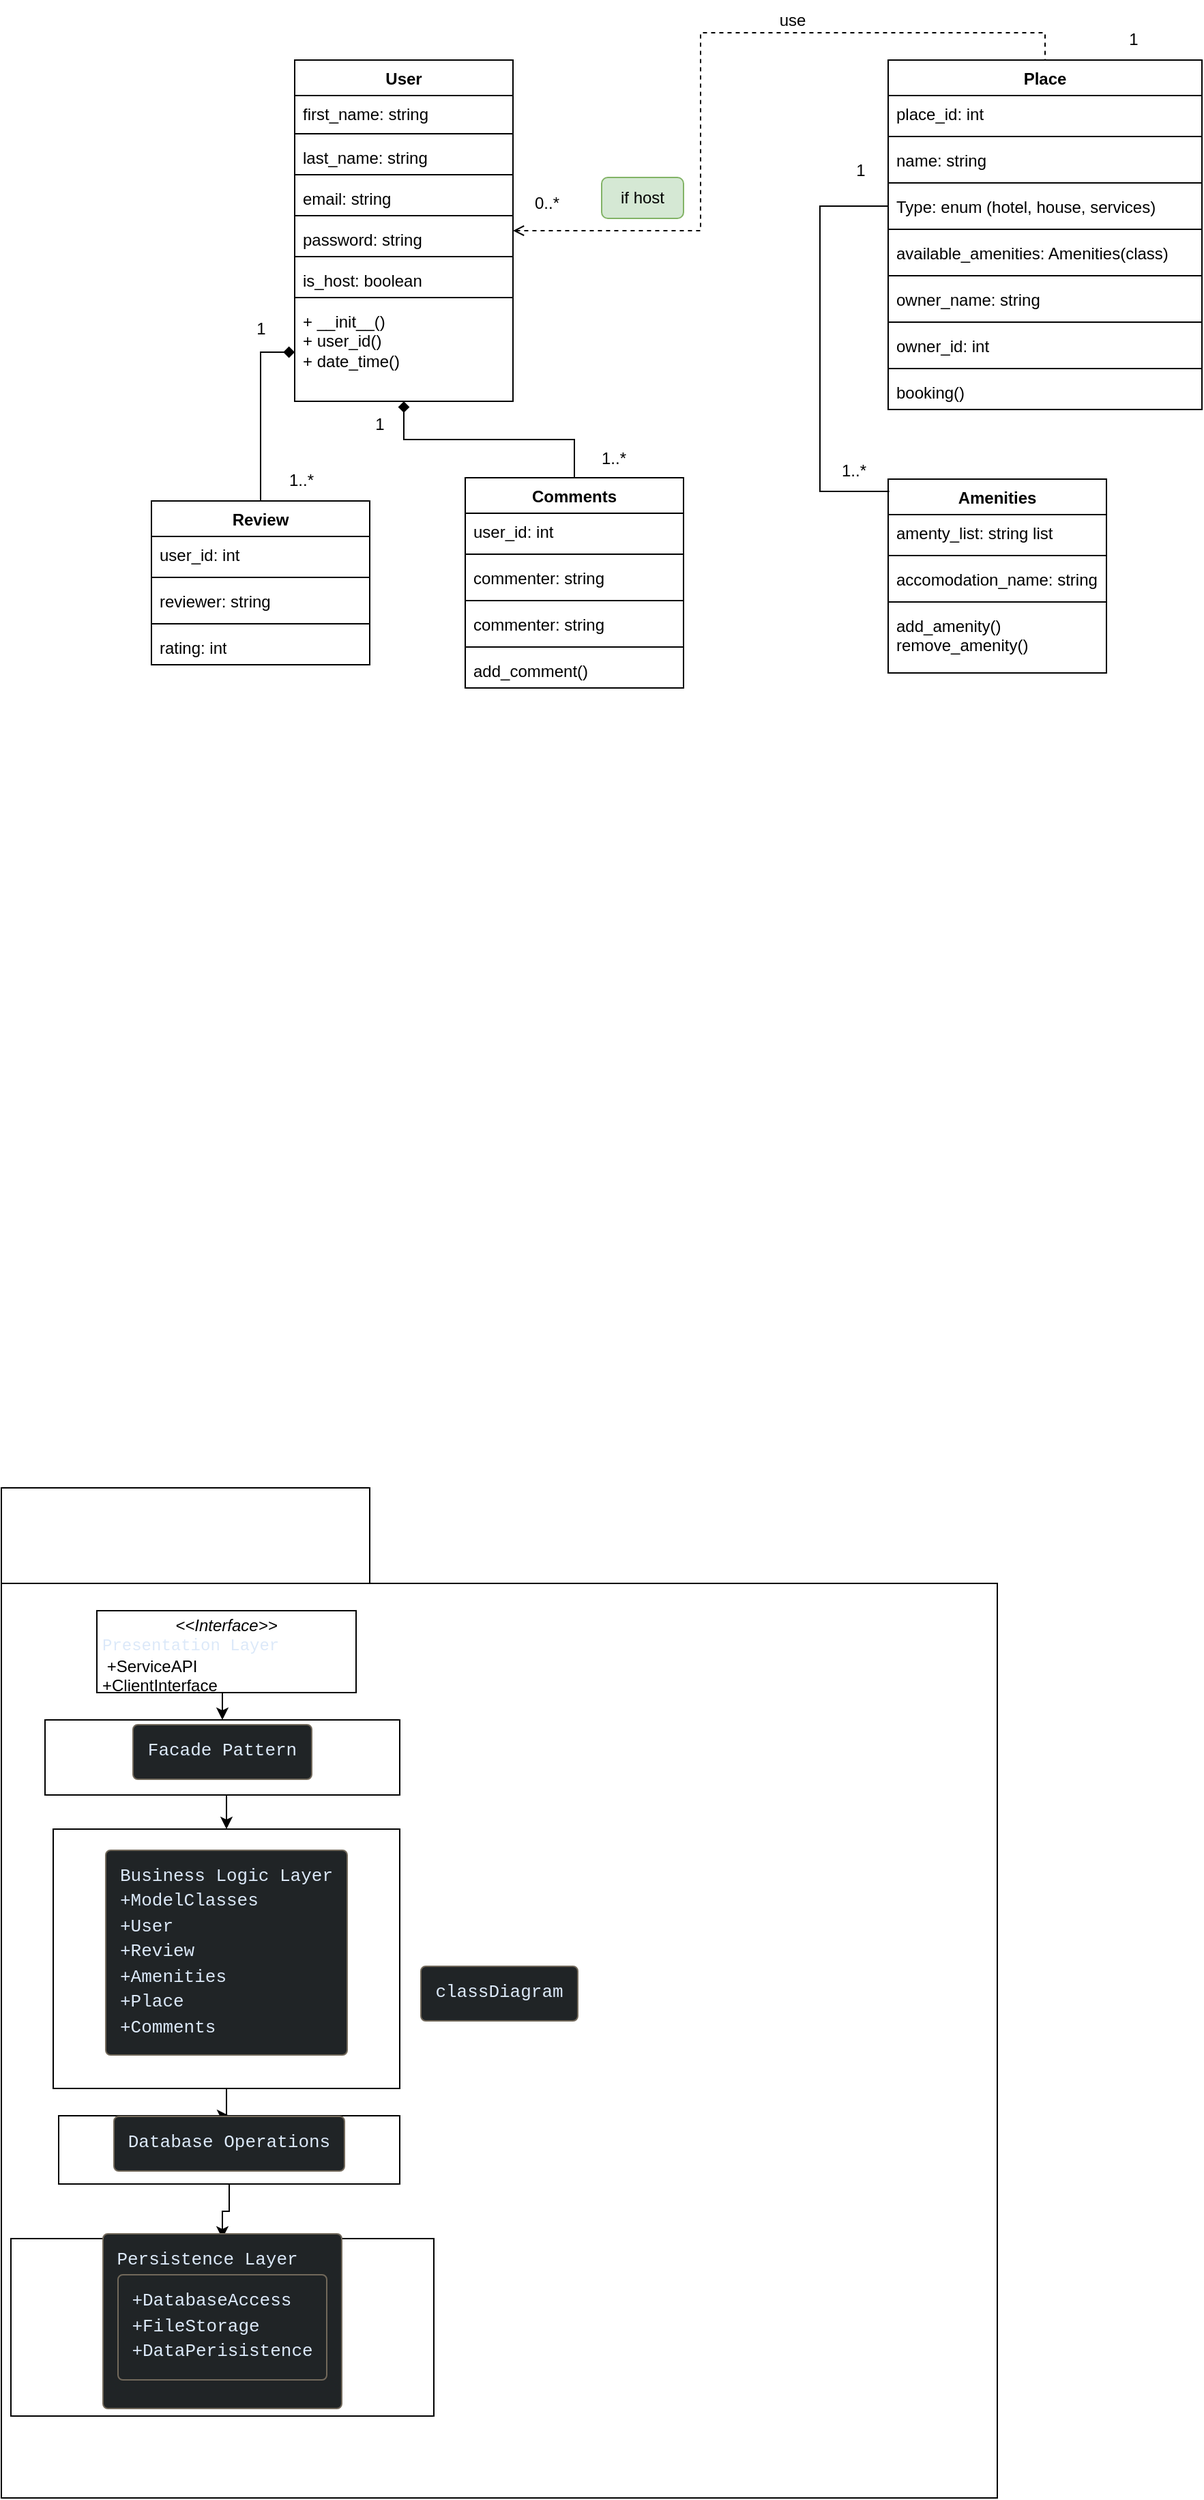
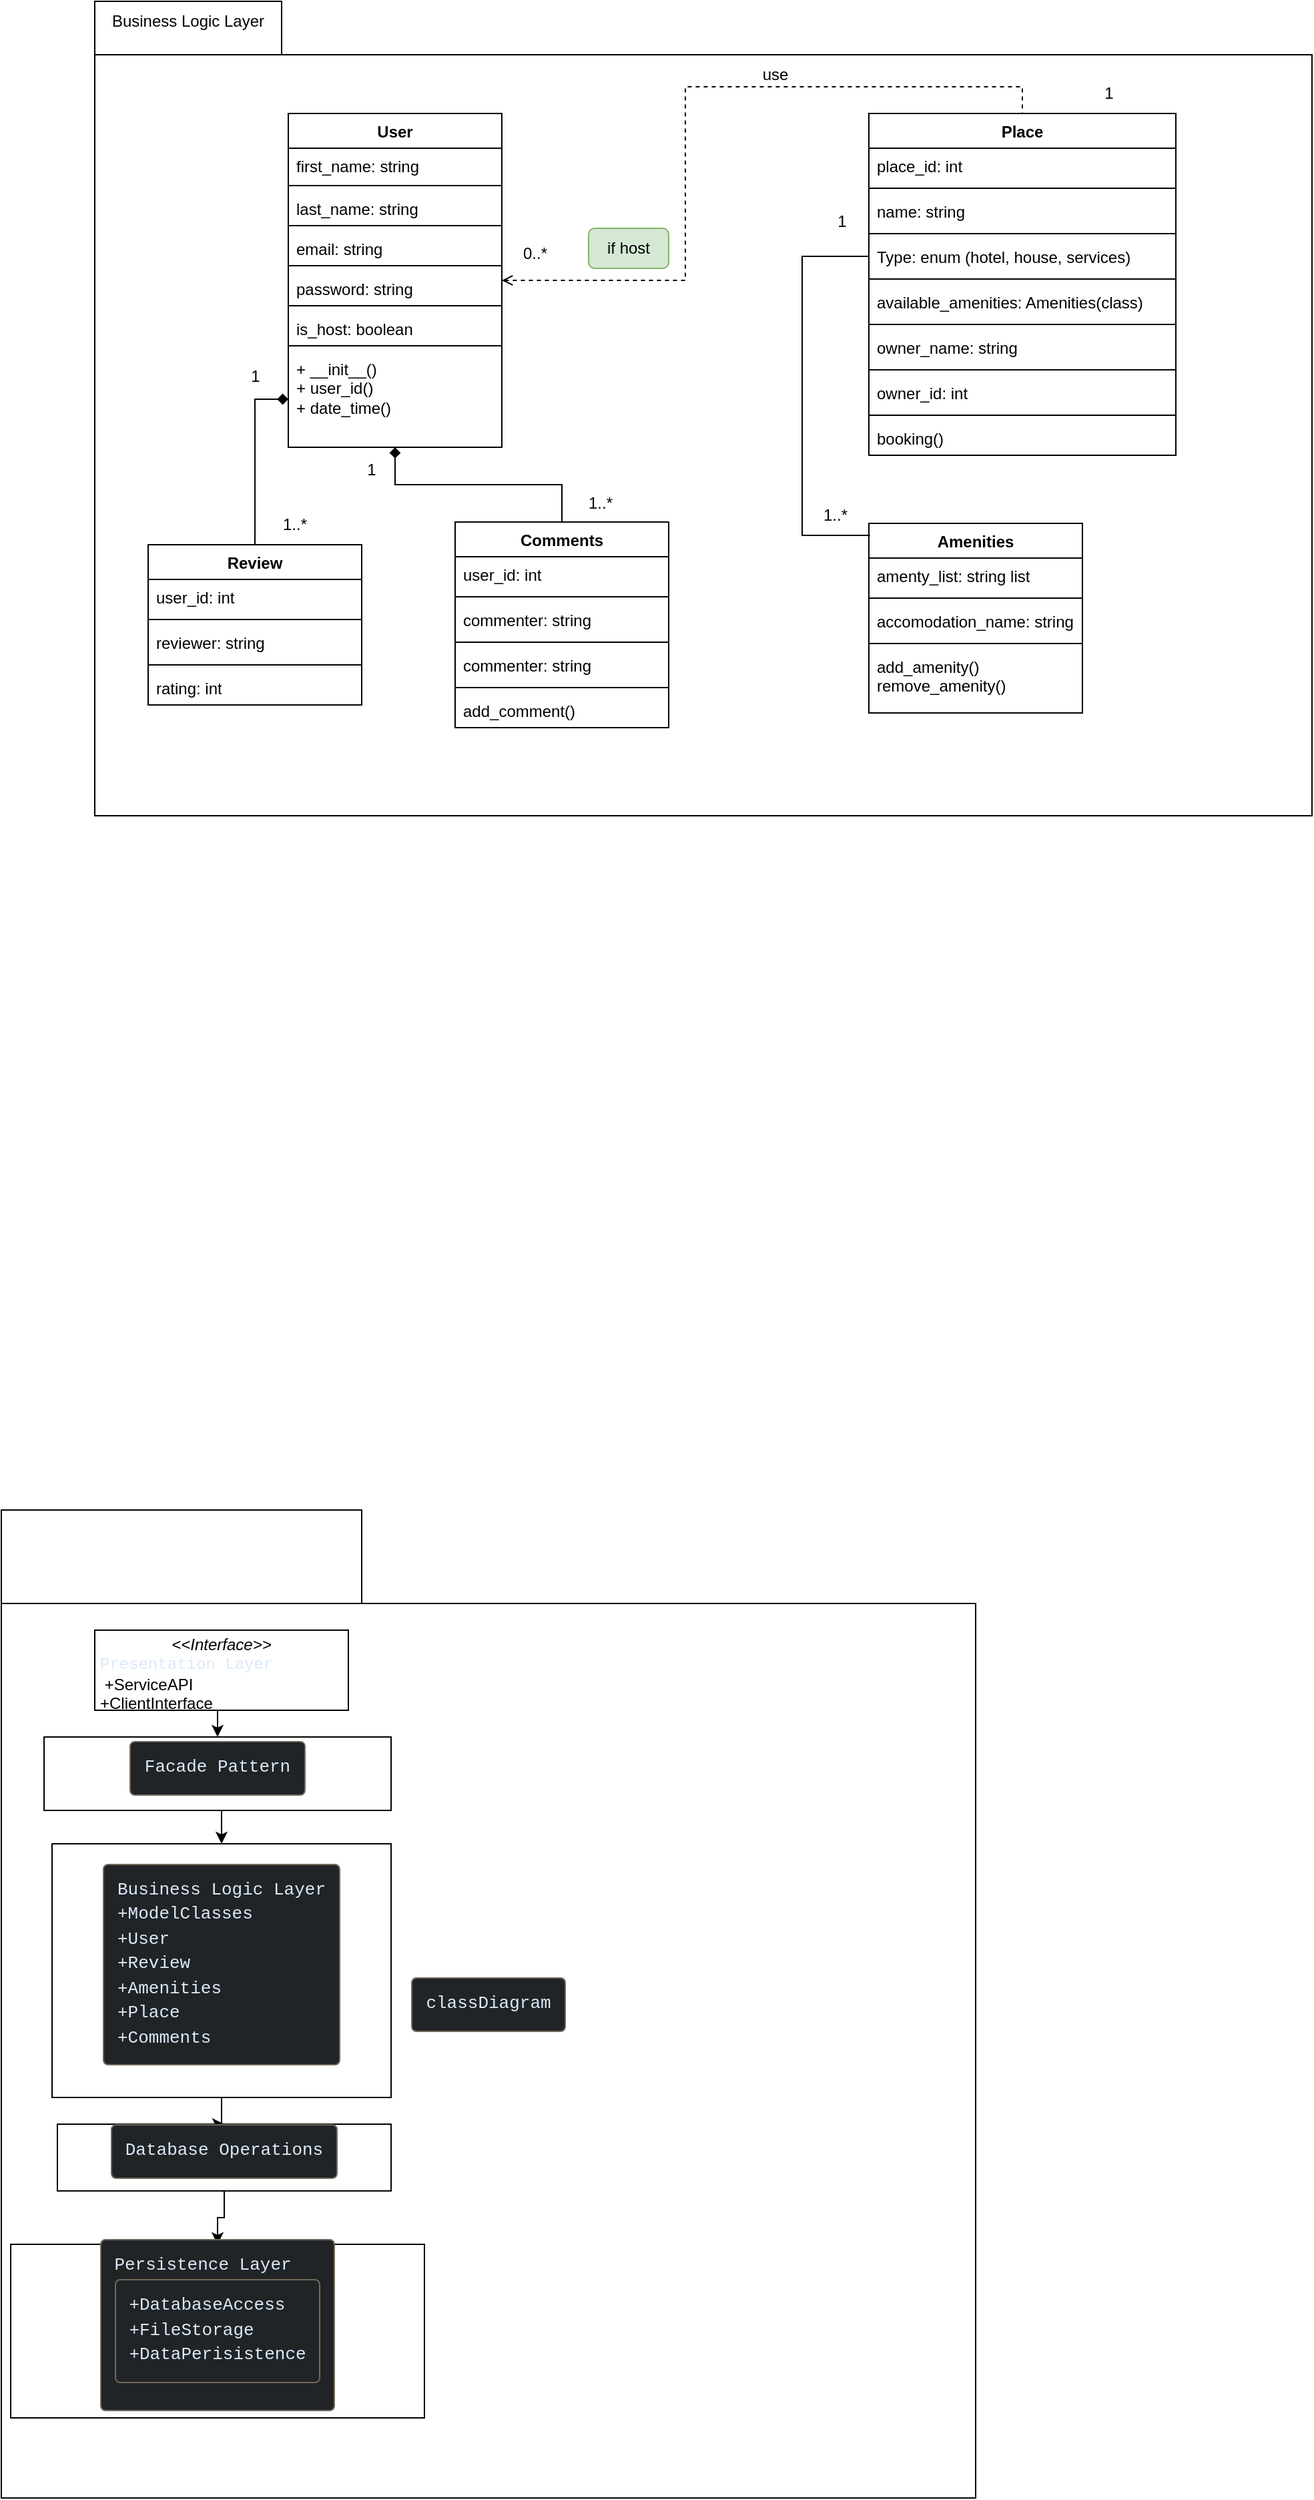
<mxfile host="app.diagrams.net">
  <diagram id="ltbA6WWBp3LRaSq-5ORm" name="Page-1">
-     <mxGraphModel dx="1928" dy="2426" grid="1" gridSize="10" guides="1" tooltips="1" connect="1" arrows="1" fold="1" page="1" pageScale="1" pageWidth="850" pageHeight="1100" math="0" shadow="0">
+     <mxGraphModel dx="2260" dy="2330" grid="1" gridSize="10" guides="1" tooltips="1" connect="1" arrows="1" fold="1" page="1" pageScale="1" pageWidth="850" pageHeight="1100" math="0" shadow="0">
      <root>
        <mxCell id="0" />
        <mxCell id="1" parent="0" />
+         <mxCell id="G2LW6t1l3yR2lz-vioTT-1" parent="1" style="shape=folder;fontStyle=1;spacingTop=10;tabWidth=140;tabHeight=40;tabPosition=left;html=1;whiteSpace=wrap;" value="" vertex="1">
+           <mxGeometry height="610" width="912" x="180" y="-450" as="geometry" />
+         </mxCell>
        <mxCell id="Qc-xl6jv6DDGC1pgQnW8-32" parent="1" style="rounded=1;whiteSpace=wrap;html=1;fillColor=#d5e8d4;strokeColor=#82b366;" value="if host" vertex="1">
          <mxGeometry height="30" width="60" x="550" y="-280" as="geometry" />
        </mxCell>
        <mxCell id="Qc-xl6jv6DDGC1pgQnW8-27" edge="1" parent="1" source="TRXBdDGxTs-NISdQ8IEX-1" style="edgeStyle=orthogonalEdgeStyle;rounded=0;orthogonalLoop=1;jettySize=auto;html=1;endArrow=none;endFill=0;startArrow=diamond;startFill=1;" target="TRXBdDGxTs-NISdQ8IEX-35">
          <mxGeometry relative="1" as="geometry" />
        </mxCell>
        <mxCell id="Qc-xl6jv6DDGC1pgQnW8-29" edge="1" parent="1" source="TRXBdDGxTs-NISdQ8IEX-1" style="edgeStyle=orthogonalEdgeStyle;rounded=0;orthogonalLoop=1;jettySize=auto;html=1;entryX=0.5;entryY=0;entryDx=0;entryDy=0;endArrow=none;endFill=0;dashed=1;startArrow=open;startFill=0;" target="TRXBdDGxTs-NISdQ8IEX-27">
          <mxGeometry relative="1" as="geometry" />
        </mxCell>
        <mxCell id="TRXBdDGxTs-NISdQ8IEX-1" parent="1" style="swimlane;fontStyle=1;align=center;verticalAlign=top;childLayout=stackLayout;horizontal=1;startSize=26;horizontalStack=0;resizeParent=1;resizeParentMax=0;resizeLast=0;collapsible=1;marginBottom=0;whiteSpace=wrap;html=1;" value="User" vertex="1">
          <mxGeometry height="250" width="160" x="325" y="-366" as="geometry" />
        </mxCell>
        <mxCell id="TRXBdDGxTs-NISdQ8IEX-2" parent="TRXBdDGxTs-NISdQ8IEX-1" style="text;strokeColor=none;fillColor=none;align=left;verticalAlign=top;spacingLeft=4;spacingRight=4;overflow=hidden;rotatable=0;points=[[0,0.5],[1,0.5]];portConstraint=eastwest;whiteSpace=wrap;html=1;" value="first_name: string&lt;div&gt;&lt;br&gt;&lt;/div&gt;" vertex="1">
          <mxGeometry height="24" width="160" y="26" as="geometry" />
        </mxCell>
        <mxCell id="TRXBdDGxTs-NISdQ8IEX-3" parent="TRXBdDGxTs-NISdQ8IEX-1" style="line;strokeWidth=1;fillColor=none;align=left;verticalAlign=middle;spacingTop=-1;spacingLeft=3;spacingRight=3;rotatable=0;labelPosition=right;points=[];portConstraint=eastwest;strokeColor=inherit;" value="" vertex="1">
          <mxGeometry height="8" width="160" y="50" as="geometry" />
        </mxCell>
        <mxCell id="TRXBdDGxTs-NISdQ8IEX-4" parent="TRXBdDGxTs-NISdQ8IEX-1" style="text;strokeColor=none;fillColor=none;align=left;verticalAlign=top;spacingLeft=4;spacingRight=4;overflow=hidden;rotatable=0;points=[[0,0.5],[1,0.5]];portConstraint=eastwest;whiteSpace=wrap;html=1;" value="&lt;div&gt;last_name: string&lt;/div&gt;" vertex="1">
          <mxGeometry height="22" width="160" y="58" as="geometry" />
        </mxCell>
        <mxCell id="TRXBdDGxTs-NISdQ8IEX-5" parent="TRXBdDGxTs-NISdQ8IEX-1" style="line;strokeWidth=1;fillColor=none;align=left;verticalAlign=middle;spacingTop=-1;spacingLeft=3;spacingRight=3;rotatable=0;labelPosition=right;points=[];portConstraint=eastwest;strokeColor=inherit;" value="" vertex="1">
          <mxGeometry height="8" width="160" y="80" as="geometry" />
        </mxCell>
        <mxCell id="TRXBdDGxTs-NISdQ8IEX-6" parent="TRXBdDGxTs-NISdQ8IEX-1" style="text;strokeColor=none;fillColor=none;align=left;verticalAlign=top;spacingLeft=4;spacingRight=4;overflow=hidden;rotatable=0;points=[[0,0.5],[1,0.5]];portConstraint=eastwest;whiteSpace=wrap;html=1;" value="&lt;div&gt;email: string&lt;/div&gt;" vertex="1">
          <mxGeometry height="22" width="160" y="88" as="geometry" />
        </mxCell>
        <mxCell id="TRXBdDGxTs-NISdQ8IEX-7" parent="TRXBdDGxTs-NISdQ8IEX-1" style="line;strokeWidth=1;fillColor=none;align=left;verticalAlign=middle;spacingTop=-1;spacingLeft=3;spacingRight=3;rotatable=0;labelPosition=right;points=[];portConstraint=eastwest;strokeColor=inherit;" value="" vertex="1">
          <mxGeometry height="8" width="160" y="110" as="geometry" />
        </mxCell>
        <mxCell id="TRXBdDGxTs-NISdQ8IEX-8" parent="TRXBdDGxTs-NISdQ8IEX-1" style="text;strokeColor=none;fillColor=none;align=left;verticalAlign=top;spacingLeft=4;spacingRight=4;overflow=hidden;rotatable=0;points=[[0,0.5],[1,0.5]];portConstraint=eastwest;whiteSpace=wrap;html=1;" value="&lt;div&gt;password: string&lt;/div&gt;" vertex="1">
          <mxGeometry height="22" width="160" y="118" as="geometry" />
        </mxCell>
        <mxCell id="TRXBdDGxTs-NISdQ8IEX-9" parent="TRXBdDGxTs-NISdQ8IEX-1" style="line;strokeWidth=1;fillColor=none;align=left;verticalAlign=middle;spacingTop=-1;spacingLeft=3;spacingRight=3;rotatable=0;labelPosition=right;points=[];portConstraint=eastwest;strokeColor=inherit;" value="" vertex="1">
          <mxGeometry height="8" width="160" y="140" as="geometry" />
        </mxCell>
        <mxCell id="TRXBdDGxTs-NISdQ8IEX-10" parent="TRXBdDGxTs-NISdQ8IEX-1" style="text;strokeColor=none;fillColor=none;align=left;verticalAlign=top;spacingLeft=4;spacingRight=4;overflow=hidden;rotatable=0;points=[[0,0.5],[1,0.5]];portConstraint=eastwest;whiteSpace=wrap;html=1;" value="&lt;div&gt;is_host: boolean&lt;/div&gt;" vertex="1">
          <mxGeometry height="22" width="160" y="148" as="geometry" />
        </mxCell>
        <mxCell id="TRXBdDGxTs-NISdQ8IEX-11" parent="TRXBdDGxTs-NISdQ8IEX-1" style="line;strokeWidth=1;fillColor=none;align=left;verticalAlign=middle;spacingTop=-1;spacingLeft=3;spacingRight=3;rotatable=0;labelPosition=right;points=[];portConstraint=eastwest;strokeColor=inherit;" value="" vertex="1">
          <mxGeometry height="8" width="160" y="170" as="geometry" />
        </mxCell>
        <mxCell id="TRXBdDGxTs-NISdQ8IEX-12" parent="TRXBdDGxTs-NISdQ8IEX-1" style="text;strokeColor=none;fillColor=none;align=left;verticalAlign=top;spacingLeft=4;spacingRight=4;overflow=hidden;rotatable=0;points=[[0,0.5],[1,0.5]];portConstraint=eastwest;whiteSpace=wrap;html=1;" value="+ __init__()&lt;div&gt;+ user_id()&lt;/div&gt;&lt;div&gt;+ date_time()&lt;/div&gt;" vertex="1">
          <mxGeometry height="72" width="160" y="178" as="geometry" />
        </mxCell>
        <mxCell id="TRXBdDGxTs-NISdQ8IEX-13" parent="1" style="shape=folder;fontStyle=1;spacingTop=10;tabWidth=270;tabHeight=70;tabPosition=left;html=1;whiteSpace=wrap;" value="&lt;pre style=&quot;box-sizing: border-box; overflow: auto; font-family: Menlo, Monaco, Consolas, &amp;quot;Courier New&amp;quot;, monospace; font-size: 13px; margin: 0px 0px 10px; line-height: 1.42857; color: rgb(220, 233, 249); word-break: break-all; overflow-wrap: break-word; border-width: 1px; border-style: solid; border-image: initial; scrollbar-color: rgb(95, 99, 104) rgb(49, 54, 60); font-weight: 400; text-align: start; padding: 10px !important; background-color: rgb(32, 36, 38) !important; border-color: rgb(114, 105, 91) !important; border-radius: 4px !important;&quot;&gt;&lt;code class=&quot;mermaid language-mermaid&quot; style=&quot;box-sizing: border-box; font-family: Menlo, Monaco, Consolas, &amp;quot;Courier New&amp;quot;, monospace; font-size: inherit; padding: 0px; border-radius: 0px; white-space: pre-wrap; scrollbar-color: rgb(95, 99, 104) rgb(49, 54, 60); background-color: transparent !important;&quot;&gt;classDiagram&lt;/code&gt;&lt;/pre&gt;" vertex="1">
          <mxGeometry height="740" width="730" x="110" y="680" as="geometry" />
        </mxCell>
        <mxCell id="TRXBdDGxTs-NISdQ8IEX-14" edge="1" parent="1" source="TRXBdDGxTs-NISdQ8IEX-20" style="edgeStyle=orthogonalEdgeStyle;rounded=0;orthogonalLoop=1;jettySize=auto;html=1;exitX=0.5;exitY=1;exitDx=0;exitDy=0;entryX=0.5;entryY=0;entryDx=0;entryDy=0;" target="TRXBdDGxTs-NISdQ8IEX-17">
          <mxGeometry relative="1" as="geometry" />
        </mxCell>
        <mxCell id="TRXBdDGxTs-NISdQ8IEX-15" parent="1" style="verticalAlign=top;align=left;overflow=fill;html=1;whiteSpace=wrap;" value="&lt;p style=&quot;margin:0px;margin-top:4px;text-align:center;&quot;&gt;&lt;i&gt;&amp;lt;&amp;lt;Interface&amp;gt;&amp;gt;&lt;/i&gt;&lt;br&gt;&lt;/p&gt;&lt;p style=&quot;margin:0px;margin-left:4px;&quot;&gt;&lt;span style=&quot;background-color: transparent; font-family: Menlo, Monaco, Consolas, &amp;quot;Courier New&amp;quot;, monospace; font-size: inherit; white-space: pre-wrap; color: rgb(220, 233, 249); --dm-inline-bgcolor: transparent;&quot; data-dm-inline-bgcolor=&quot;&quot;&gt;Presentation Layer&lt;/span&gt;&lt;/p&gt;&lt;p style=&quot;margin:0px;margin-left:4px;&quot;&gt;&amp;nbsp;+ServiceAPI&lt;br&gt;+ClientInterface&lt;/p&gt;" vertex="1">
          <mxGeometry height="60" width="190" x="180" y="770" as="geometry" />
        </mxCell>
        <mxCell id="TRXBdDGxTs-NISdQ8IEX-16" edge="1" parent="1" source="TRXBdDGxTs-NISdQ8IEX-22" style="edgeStyle=orthogonalEdgeStyle;rounded=0;orthogonalLoop=1;jettySize=auto;html=1;exitX=0.5;exitY=1;exitDx=0;exitDy=0;" target="TRXBdDGxTs-NISdQ8IEX-18">
          <mxGeometry relative="1" as="geometry" />
        </mxCell>
        <mxCell id="TRXBdDGxTs-NISdQ8IEX-17" parent="1" style="html=1;whiteSpace=wrap;" value="&lt;pre style=&quot;box-sizing: border-box; overflow: auto; font-family: Menlo, Monaco, Consolas, &amp;quot;Courier New&amp;quot;, monospace; font-size: 13px; margin: 0px 0px 10px; line-height: 1.42857; color: rgb(220, 233, 249); word-break: break-all; overflow-wrap: break-word; border: 1px solid rgb(114, 105, 91); scrollbar-color: rgb(95, 99, 104) rgb(49, 54, 60); text-align: start; background-color: rgb(32, 36, 38); padding: 10px !important; border-radius: 4px !important;&quot;&gt;&lt;code class=&quot;mermaid language-mermaid&quot; style=&quot;box-sizing: border-box; font-family: Menlo, Monaco, Consolas, &amp;quot;Courier New&amp;quot;, monospace; font-size: inherit; padding: 0px; border-radius: 0px; white-space: pre-wrap; scrollbar-color: rgb(95, 99, 104) rgb(49, 54, 60); background-color: transparent !important; --dm-inline-bgcolor: transparent;&quot; data-dm-inline-bgcolor=&quot;&quot;&gt;Business Logic Layer&lt;br&gt;+&lt;/code&gt;ModelClasses&lt;br&gt;+User&lt;br&gt;+Review&lt;br&gt;+Amenities&lt;br&gt;+Place&lt;br&gt;+Comments&lt;/pre&gt;" vertex="1">
          <mxGeometry height="190" width="254" x="148" y="930" as="geometry" />
        </mxCell>
        <mxCell id="TRXBdDGxTs-NISdQ8IEX-18" parent="1" style="html=1;whiteSpace=wrap;" value="&lt;pre style=&quot;box-sizing: border-box; overflow: auto; font-family: Menlo, Monaco, Consolas, &amp;quot;Courier New&amp;quot;, monospace; font-size: 13px; margin: 0px 0px 10px; line-height: 1.42857; color: rgb(220, 233, 249); word-break: break-all; overflow-wrap: break-word; border: 1px solid rgb(114, 105, 91); scrollbar-color: rgb(95, 99, 104) rgb(49, 54, 60); text-align: start; background-color: rgb(32, 36, 38); padding: 10px !important; border-radius: 4px !important;&quot;&gt;&lt;code class=&quot;mermaid language-mermaid&quot; style=&quot;box-sizing: border-box; font-family: Menlo, Monaco, Consolas, &amp;quot;Courier New&amp;quot;, monospace; font-size: inherit; padding: 0px; border-radius: 0px; white-space: pre-wrap; scrollbar-color: rgb(95, 99, 104) rgb(49, 54, 60); background-color: transparent !important; --dm-inline-bgcolor: transparent;&quot; data-dm-inline-bgcolor=&quot;&quot;&gt;Persistence Layer&lt;br&gt;&lt;pre style=&quot;box-sizing: border-box; overflow: auto; font-family: Menlo, Monaco, Consolas, &amp;quot;Courier New&amp;quot;, monospace; margin: 0px 0px 10px; line-height: 1.42857; color: rgb(220, 233, 249); word-break: break-all; overflow-wrap: break-word; border: 1px solid rgb(114, 105, 91); scrollbar-color: rgb(95, 99, 104) rgb(49, 54, 60); background-color: rgb(32, 36, 38); padding: 10px !important; border-radius: 4px !important;&quot;&gt;&lt;code class=&quot;mermaid language-mermaid&quot; style=&quot;box-sizing: border-box; font-family: Menlo, Monaco, Consolas, &amp;quot;Courier New&amp;quot;, monospace; font-size: inherit; padding: 0px; border-radius: 0px; white-space: pre-wrap; scrollbar-color: rgb(95, 99, 104) rgb(49, 54, 60); background-color: transparent !important; --dm-inline-bgcolor: transparent;&quot; data-dm-inline-bgcolor=&quot;&quot;&gt;+DatabaseAccess&lt;br&gt;+FileStorage&lt;br&gt;+DataPerisistence&lt;/code&gt;&lt;/pre&gt;&lt;/code&gt;&lt;/pre&gt;" vertex="1">
          <mxGeometry height="130" width="310" x="117" y="1230" as="geometry" />
        </mxCell>
        <mxCell id="TRXBdDGxTs-NISdQ8IEX-19" edge="1" parent="1" source="TRXBdDGxTs-NISdQ8IEX-15" style="edgeStyle=orthogonalEdgeStyle;rounded=0;orthogonalLoop=1;jettySize=auto;html=1;exitX=0.5;exitY=1;exitDx=0;exitDy=0;entryX=0.5;entryY=0;entryDx=0;entryDy=0;" target="TRXBdDGxTs-NISdQ8IEX-20" value="">
          <mxGeometry relative="1" as="geometry">
            <mxPoint x="275" y="830" as="sourcePoint" />
            <mxPoint x="275" y="930" as="targetPoint" />
          </mxGeometry>
        </mxCell>
        <mxCell id="TRXBdDGxTs-NISdQ8IEX-20" parent="1" style="html=1;whiteSpace=wrap;" value="&lt;pre style=&quot;box-sizing: border-box; overflow: auto; font-family: Menlo, Monaco, Consolas, &amp;quot;Courier New&amp;quot;, monospace; font-size: 13px; margin: 0px 0px 10px; line-height: 1.42857; color: rgb(220, 233, 249); word-break: break-all; overflow-wrap: break-word; border-width: 1px; border-style: solid; border-image: initial; scrollbar-color: rgb(95, 99, 104) rgb(49, 54, 60); text-align: start; padding: 10px !important; background-color: rgb(32, 36, 38) !important; border-color: rgb(114, 105, 91) !important; border-radius: 4px !important;&quot;&gt;&lt;code class=&quot;mermaid language-mermaid&quot; style=&quot;box-sizing: border-box; font-family: Menlo, Monaco, Consolas, &amp;quot;Courier New&amp;quot;, monospace; font-size: inherit; padding: 0px; border-radius: 0px; white-space: pre-wrap; scrollbar-color: rgb(95, 99, 104) rgb(49, 54, 60); background-color: transparent !important;&quot;&gt;Facade Pattern&lt;/code&gt;&lt;/pre&gt;" vertex="1">
          <mxGeometry height="55" width="260" x="142" y="850" as="geometry" />
        </mxCell>
        <mxCell id="TRXBdDGxTs-NISdQ8IEX-21" edge="1" parent="1" source="TRXBdDGxTs-NISdQ8IEX-17" style="edgeStyle=orthogonalEdgeStyle;rounded=0;orthogonalLoop=1;jettySize=auto;html=1;exitX=0.5;exitY=1;exitDx=0;exitDy=0;" target="TRXBdDGxTs-NISdQ8IEX-22" value="">
          <mxGeometry relative="1" as="geometry">
            <mxPoint x="275" y="1120" as="sourcePoint" />
            <mxPoint x="275" y="1190" as="targetPoint" />
          </mxGeometry>
        </mxCell>
        <mxCell id="TRXBdDGxTs-NISdQ8IEX-22" parent="1" style="html=1;whiteSpace=wrap;" value="&lt;pre style=&quot;box-sizing: border-box; overflow: auto; font-family: Menlo, Monaco, Consolas, &amp;quot;Courier New&amp;quot;, monospace; font-size: 13px; margin: 0px 0px 10px; line-height: 1.42857; color: rgb(220, 233, 249); word-break: break-all; overflow-wrap: break-word; border-width: 1px; border-style: solid; border-image: initial; scrollbar-color: rgb(95, 99, 104) rgb(49, 54, 60); text-align: start; padding: 10px !important; background-color: rgb(32, 36, 38) !important; border-color: rgb(114, 105, 91) !important; border-radius: 4px !important;&quot;&gt;&lt;code class=&quot;mermaid language-mermaid&quot; style=&quot;box-sizing: border-box; font-family: Menlo, Monaco, Consolas, &amp;quot;Courier New&amp;quot;, monospace; font-size: inherit; padding: 0px; border-radius: 0px; white-space: pre-wrap; scrollbar-color: rgb(95, 99, 104) rgb(49, 54, 60); background-color: transparent !important;&quot;&gt;Database Operations&lt;/code&gt;&lt;/pre&gt;" vertex="1">
          <mxGeometry height="50" width="250" x="152" y="1140" as="geometry" />
        </mxCell>
        <mxCell id="TRXBdDGxTs-NISdQ8IEX-23" parent="1" style="swimlane;fontStyle=1;align=center;verticalAlign=top;childLayout=stackLayout;horizontal=1;startSize=26;horizontalStack=0;resizeParent=1;resizeParentMax=0;resizeLast=0;collapsible=1;marginBottom=0;whiteSpace=wrap;html=1;" value="Amenities" vertex="1">
          <mxGeometry height="142" width="160" x="760" y="-59" as="geometry" />
        </mxCell>
        <mxCell id="TRXBdDGxTs-NISdQ8IEX-24" parent="TRXBdDGxTs-NISdQ8IEX-23" style="text;strokeColor=none;fillColor=none;align=left;verticalAlign=top;spacingLeft=4;spacingRight=4;overflow=hidden;rotatable=0;points=[[0,0.5],[1,0.5]];portConstraint=eastwest;whiteSpace=wrap;html=1;" value="amenty_list: string list" vertex="1">
          <mxGeometry height="26" width="160" y="26" as="geometry" />
        </mxCell>
        <mxCell id="TRXBdDGxTs-NISdQ8IEX-25" parent="TRXBdDGxTs-NISdQ8IEX-23" style="line;strokeWidth=1;fillColor=none;align=left;verticalAlign=middle;spacingTop=-1;spacingLeft=3;spacingRight=3;rotatable=0;labelPosition=right;points=[];portConstraint=eastwest;strokeColor=inherit;" value="" vertex="1">
          <mxGeometry height="8" width="160" y="52" as="geometry" />
        </mxCell>
        <mxCell id="Qc-xl6jv6DDGC1pgQnW8-6" parent="TRXBdDGxTs-NISdQ8IEX-23" style="text;strokeColor=none;fillColor=none;align=left;verticalAlign=top;spacingLeft=4;spacingRight=4;overflow=hidden;rotatable=0;points=[[0,0.5],[1,0.5]];portConstraint=eastwest;whiteSpace=wrap;html=1;" value="accomodation_name: string" vertex="1">
          <mxGeometry height="26" width="160" y="60" as="geometry" />
        </mxCell>
        <mxCell id="Qc-xl6jv6DDGC1pgQnW8-13" parent="TRXBdDGxTs-NISdQ8IEX-23" style="line;strokeWidth=1;fillColor=none;align=left;verticalAlign=middle;spacingTop=-1;spacingLeft=3;spacingRight=3;rotatable=0;labelPosition=right;points=[];portConstraint=eastwest;strokeColor=inherit;" value="" vertex="1">
          <mxGeometry height="8" width="160" y="86" as="geometry" />
        </mxCell>
        <mxCell id="TRXBdDGxTs-NISdQ8IEX-26" parent="TRXBdDGxTs-NISdQ8IEX-23" style="text;strokeColor=none;fillColor=none;align=left;verticalAlign=top;spacingLeft=4;spacingRight=4;overflow=hidden;rotatable=0;points=[[0,0.5],[1,0.5]];portConstraint=eastwest;whiteSpace=wrap;html=1;" value="add_amenity()&lt;div&gt;remove_amenity()&lt;/div&gt;" vertex="1">
          <mxGeometry height="48" width="160" y="94" as="geometry" />
        </mxCell>
        <mxCell id="TRXBdDGxTs-NISdQ8IEX-27" parent="1" style="swimlane;fontStyle=1;align=center;verticalAlign=top;childLayout=stackLayout;horizontal=1;startSize=26;horizontalStack=0;resizeParent=1;resizeParentMax=0;resizeLast=0;collapsible=1;marginBottom=0;whiteSpace=wrap;html=1;" value="Place" vertex="1">
          <mxGeometry height="256" width="230" x="760" y="-366" as="geometry" />
        </mxCell>
        <mxCell id="Qc-xl6jv6DDGC1pgQnW8-40" parent="TRXBdDGxTs-NISdQ8IEX-27" style="text;strokeColor=none;fillColor=none;align=left;verticalAlign=top;spacingLeft=4;spacingRight=4;overflow=hidden;rotatable=0;points=[[0,0.5],[1,0.5]];portConstraint=eastwest;whiteSpace=wrap;html=1;" value="place_id: int" vertex="1">
          <mxGeometry height="26" width="230" y="26" as="geometry" />
        </mxCell>
        <mxCell id="Qc-xl6jv6DDGC1pgQnW8-41" parent="TRXBdDGxTs-NISdQ8IEX-27" style="line;strokeWidth=1;fillColor=none;align=left;verticalAlign=middle;spacingTop=-1;spacingLeft=3;spacingRight=3;rotatable=0;labelPosition=right;points=[];portConstraint=eastwest;strokeColor=inherit;" value="" vertex="1">
          <mxGeometry height="8" width="230" y="52" as="geometry" />
        </mxCell>
        <mxCell id="TRXBdDGxTs-NISdQ8IEX-28" parent="TRXBdDGxTs-NISdQ8IEX-27" style="text;strokeColor=none;fillColor=none;align=left;verticalAlign=top;spacingLeft=4;spacingRight=4;overflow=hidden;rotatable=0;points=[[0,0.5],[1,0.5]];portConstraint=eastwest;whiteSpace=wrap;html=1;" value="name: string" vertex="1">
          <mxGeometry height="26" width="230" y="60" as="geometry" />
        </mxCell>
        <mxCell id="TRXBdDGxTs-NISdQ8IEX-29" parent="TRXBdDGxTs-NISdQ8IEX-27" style="line;strokeWidth=1;fillColor=none;align=left;verticalAlign=middle;spacingTop=-1;spacingLeft=3;spacingRight=3;rotatable=0;labelPosition=right;points=[];portConstraint=eastwest;strokeColor=inherit;" value="" vertex="1">
          <mxGeometry height="8" width="230" y="86" as="geometry" />
        </mxCell>
        <mxCell id="TRXBdDGxTs-NISdQ8IEX-30" parent="TRXBdDGxTs-NISdQ8IEX-27" style="text;strokeColor=none;fillColor=none;align=left;verticalAlign=top;spacingLeft=4;spacingRight=4;overflow=hidden;rotatable=0;points=[[0,0.5],[1,0.5]];portConstraint=eastwest;whiteSpace=wrap;html=1;" value="Type: enum (hotel, house, services)" vertex="1">
          <mxGeometry height="26" width="230" y="94" as="geometry" />
        </mxCell>
        <mxCell id="Qc-xl6jv6DDGC1pgQnW8-15" parent="TRXBdDGxTs-NISdQ8IEX-27" style="line;strokeWidth=1;fillColor=none;align=left;verticalAlign=middle;spacingTop=-1;spacingLeft=3;spacingRight=3;rotatable=0;labelPosition=right;points=[];portConstraint=eastwest;strokeColor=inherit;" value="" vertex="1">
          <mxGeometry height="8" width="230" y="120" as="geometry" />
        </mxCell>
        <mxCell id="Qc-xl6jv6DDGC1pgQnW8-26" parent="TRXBdDGxTs-NISdQ8IEX-27" style="text;strokeColor=none;fillColor=none;align=left;verticalAlign=top;spacingLeft=4;spacingRight=4;overflow=hidden;rotatable=0;points=[[0,0.5],[1,0.5]];portConstraint=eastwest;whiteSpace=wrap;html=1;" value="available_amenities: Amenities(class)" vertex="1">
          <mxGeometry height="26" width="230" y="128" as="geometry" />
        </mxCell>
        <mxCell id="Qc-xl6jv6DDGC1pgQnW8-14" parent="TRXBdDGxTs-NISdQ8IEX-27" style="line;strokeWidth=1;fillColor=none;align=left;verticalAlign=middle;spacingTop=-1;spacingLeft=3;spacingRight=3;rotatable=0;labelPosition=right;points=[];portConstraint=eastwest;strokeColor=inherit;" value="" vertex="1">
          <mxGeometry height="8" width="230" y="154" as="geometry" />
        </mxCell>
        <mxCell id="Qc-xl6jv6DDGC1pgQnW8-16" parent="TRXBdDGxTs-NISdQ8IEX-27" style="text;strokeColor=none;fillColor=none;align=left;verticalAlign=top;spacingLeft=4;spacingRight=4;overflow=hidden;rotatable=0;points=[[0,0.5],[1,0.5]];portConstraint=eastwest;whiteSpace=wrap;html=1;" value="owner_name: string" vertex="1">
          <mxGeometry height="26" width="230" y="162" as="geometry" />
        </mxCell>
        <mxCell id="Qc-xl6jv6DDGC1pgQnW8-17" parent="TRXBdDGxTs-NISdQ8IEX-27" style="line;strokeWidth=1;fillColor=none;align=left;verticalAlign=middle;spacingTop=-1;spacingLeft=3;spacingRight=3;rotatable=0;labelPosition=right;points=[];portConstraint=eastwest;strokeColor=inherit;" value="" vertex="1">
          <mxGeometry height="8" width="230" y="188" as="geometry" />
        </mxCell>
        <mxCell id="Qc-xl6jv6DDGC1pgQnW8-12" parent="TRXBdDGxTs-NISdQ8IEX-27" style="text;strokeColor=none;fillColor=none;align=left;verticalAlign=top;spacingLeft=4;spacingRight=4;overflow=hidden;rotatable=0;points=[[0,0.5],[1,0.5]];portConstraint=eastwest;whiteSpace=wrap;html=1;" value="owner_id: int" vertex="1">
          <mxGeometry height="26" width="230" y="196" as="geometry" />
        </mxCell>
        <mxCell id="Qc-xl6jv6DDGC1pgQnW8-20" parent="TRXBdDGxTs-NISdQ8IEX-27" style="line;strokeWidth=1;fillColor=none;align=left;verticalAlign=middle;spacingTop=-1;spacingLeft=3;spacingRight=3;rotatable=0;labelPosition=right;points=[];portConstraint=eastwest;strokeColor=inherit;" value="" vertex="1">
          <mxGeometry height="8" width="230" y="222" as="geometry" />
        </mxCell>
        <mxCell id="Qc-xl6jv6DDGC1pgQnW8-19" parent="TRXBdDGxTs-NISdQ8IEX-27" style="text;strokeColor=none;fillColor=none;align=left;verticalAlign=top;spacingLeft=4;spacingRight=4;overflow=hidden;rotatable=0;points=[[0,0.5],[1,0.5]];portConstraint=eastwest;whiteSpace=wrap;html=1;" value="booking()" vertex="1">
          <mxGeometry height="26" width="230" y="230" as="geometry" />
        </mxCell>
        <mxCell id="TRXBdDGxTs-NISdQ8IEX-35" parent="1" style="swimlane;fontStyle=1;align=center;verticalAlign=top;childLayout=stackLayout;horizontal=1;startSize=26;horizontalStack=0;resizeParent=1;resizeParentMax=0;resizeLast=0;collapsible=1;marginBottom=0;whiteSpace=wrap;html=1;" value="Comments" vertex="1">
          <mxGeometry height="154" width="160" x="450" y="-60" as="geometry" />
        </mxCell>
        <mxCell id="TRXBdDGxTs-NISdQ8IEX-36" parent="TRXBdDGxTs-NISdQ8IEX-35" style="text;strokeColor=none;fillColor=none;align=left;verticalAlign=top;spacingLeft=4;spacingRight=4;overflow=hidden;rotatable=0;points=[[0,0.5],[1,0.5]];portConstraint=eastwest;whiteSpace=wrap;html=1;" value="user_id: int" vertex="1">
          <mxGeometry height="26" width="160" y="26" as="geometry" />
        </mxCell>
        <mxCell id="TRXBdDGxTs-NISdQ8IEX-37" parent="TRXBdDGxTs-NISdQ8IEX-35" style="line;strokeWidth=1;fillColor=none;align=left;verticalAlign=middle;spacingTop=-1;spacingLeft=3;spacingRight=3;rotatable=0;labelPosition=right;points=[];portConstraint=eastwest;strokeColor=inherit;" value="" vertex="1">
          <mxGeometry height="8" width="160" y="52" as="geometry" />
        </mxCell>
        <mxCell id="Qc-xl6jv6DDGC1pgQnW8-36" parent="TRXBdDGxTs-NISdQ8IEX-35" style="text;strokeColor=none;fillColor=none;align=left;verticalAlign=top;spacingLeft=4;spacingRight=4;overflow=hidden;rotatable=0;points=[[0,0.5],[1,0.5]];portConstraint=eastwest;whiteSpace=wrap;html=1;" value="commenter: string" vertex="1">
          <mxGeometry height="26" width="160" y="60" as="geometry" />
        </mxCell>
        <mxCell id="Qc-xl6jv6DDGC1pgQnW8-37" parent="TRXBdDGxTs-NISdQ8IEX-35" style="line;strokeWidth=1;fillColor=none;align=left;verticalAlign=middle;spacingTop=-1;spacingLeft=3;spacingRight=3;rotatable=0;labelPosition=right;points=[];portConstraint=eastwest;strokeColor=inherit;" value="" vertex="1">
          <mxGeometry height="8" width="160" y="86" as="geometry" />
        </mxCell>
        <mxCell id="Qc-xl6jv6DDGC1pgQnW8-22" parent="TRXBdDGxTs-NISdQ8IEX-35" style="text;strokeColor=none;fillColor=none;align=left;verticalAlign=top;spacingLeft=4;spacingRight=4;overflow=hidden;rotatable=0;points=[[0,0.5],[1,0.5]];portConstraint=eastwest;whiteSpace=wrap;html=1;" value="commenter: string" vertex="1">
          <mxGeometry height="26" width="160" y="94" as="geometry" />
        </mxCell>
        <mxCell id="Qc-xl6jv6DDGC1pgQnW8-23" parent="TRXBdDGxTs-NISdQ8IEX-35" style="line;strokeWidth=1;fillColor=none;align=left;verticalAlign=middle;spacingTop=-1;spacingLeft=3;spacingRight=3;rotatable=0;labelPosition=right;points=[];portConstraint=eastwest;strokeColor=inherit;" value="" vertex="1">
          <mxGeometry height="8" width="160" y="120" as="geometry" />
        </mxCell>
        <mxCell id="TRXBdDGxTs-NISdQ8IEX-38" parent="TRXBdDGxTs-NISdQ8IEX-35" style="text;strokeColor=none;fillColor=none;align=left;verticalAlign=top;spacingLeft=4;spacingRight=4;overflow=hidden;rotatable=0;points=[[0,0.5],[1,0.5]];portConstraint=eastwest;whiteSpace=wrap;html=1;" value="add_comment()" vertex="1">
          <mxGeometry height="26" width="160" y="128" as="geometry" />
        </mxCell>
        <mxCell id="Qc-xl6jv6DDGC1pgQnW8-1" parent="1" style="swimlane;fontStyle=1;align=center;verticalAlign=top;childLayout=stackLayout;horizontal=1;startSize=26;horizontalStack=0;resizeParent=1;resizeParentMax=0;resizeLast=0;collapsible=1;marginBottom=0;whiteSpace=wrap;html=1;" value="Review" vertex="1">
          <mxGeometry height="120" width="160" x="220" y="-43" as="geometry" />
        </mxCell>
        <mxCell id="Qc-xl6jv6DDGC1pgQnW8-38" parent="Qc-xl6jv6DDGC1pgQnW8-1" style="text;strokeColor=none;fillColor=none;align=left;verticalAlign=top;spacingLeft=4;spacingRight=4;overflow=hidden;rotatable=0;points=[[0,0.5],[1,0.5]];portConstraint=eastwest;whiteSpace=wrap;html=1;" value="user_id: int" vertex="1">
          <mxGeometry height="26" width="160" y="26" as="geometry" />
        </mxCell>
        <mxCell id="Qc-xl6jv6DDGC1pgQnW8-39" parent="Qc-xl6jv6DDGC1pgQnW8-1" style="line;strokeWidth=1;fillColor=none;align=left;verticalAlign=middle;spacingTop=-1;spacingLeft=3;spacingRight=3;rotatable=0;labelPosition=right;points=[];portConstraint=eastwest;strokeColor=inherit;" value="" vertex="1">
          <mxGeometry height="8" width="160" y="52" as="geometry" />
        </mxCell>
        <mxCell id="Qc-xl6jv6DDGC1pgQnW8-2" parent="Qc-xl6jv6DDGC1pgQnW8-1" style="text;strokeColor=none;fillColor=none;align=left;verticalAlign=top;spacingLeft=4;spacingRight=4;overflow=hidden;rotatable=0;points=[[0,0.5],[1,0.5]];portConstraint=eastwest;whiteSpace=wrap;html=1;" value="reviewer: string" vertex="1">
          <mxGeometry height="26" width="160" y="60" as="geometry" />
        </mxCell>
        <mxCell id="Qc-xl6jv6DDGC1pgQnW8-3" parent="Qc-xl6jv6DDGC1pgQnW8-1" style="line;strokeWidth=1;fillColor=none;align=left;verticalAlign=middle;spacingTop=-1;spacingLeft=3;spacingRight=3;rotatable=0;labelPosition=right;points=[];portConstraint=eastwest;strokeColor=inherit;" value="" vertex="1">
          <mxGeometry height="8" width="160" y="86" as="geometry" />
        </mxCell>
        <mxCell id="Qc-xl6jv6DDGC1pgQnW8-4" parent="Qc-xl6jv6DDGC1pgQnW8-1" style="text;strokeColor=none;fillColor=none;align=left;verticalAlign=top;spacingLeft=4;spacingRight=4;overflow=hidden;rotatable=0;points=[[0,0.5],[1,0.5]];portConstraint=eastwest;whiteSpace=wrap;html=1;" value="rating: int" vertex="1">
          <mxGeometry height="26" width="160" y="94" as="geometry" />
        </mxCell>
        <mxCell id="Qc-xl6jv6DDGC1pgQnW8-24" edge="1" parent="1" source="TRXBdDGxTs-NISdQ8IEX-30" style="edgeStyle=orthogonalEdgeStyle;rounded=0;orthogonalLoop=1;jettySize=auto;html=1;entryX=0.005;entryY=0.07;entryDx=0;entryDy=0;entryPerimeter=0;startArrow=none;startFill=0;endArrow=none;endFill=0;exitX=0;exitY=0.5;exitDx=0;exitDy=0;" target="TRXBdDGxTs-NISdQ8IEX-23">
          <mxGeometry relative="1" as="geometry">
            <Array as="points">
              <mxPoint x="710" y="-259" />
              <mxPoint x="710" y="-50" />
              <mxPoint x="761" y="-50" />
            </Array>
            <mxPoint x="870" y="-250" as="sourcePoint" />
            <mxPoint x="740" y="-70" as="targetPoint" />
          </mxGeometry>
        </mxCell>
        <mxCell id="Qc-xl6jv6DDGC1pgQnW8-28" edge="1" parent="1" source="TRXBdDGxTs-NISdQ8IEX-12" style="edgeStyle=orthogonalEdgeStyle;rounded=0;orthogonalLoop=1;jettySize=auto;html=1;entryX=0.5;entryY=0;entryDx=0;entryDy=0;endArrow=none;endFill=0;startArrow=diamond;startFill=1;" target="Qc-xl6jv6DDGC1pgQnW8-1">
          <mxGeometry relative="1" as="geometry" />
        </mxCell>
        <mxCell id="Qc-xl6jv6DDGC1pgQnW8-33" parent="1" style="text;html=1;whiteSpace=wrap;strokeColor=none;fillColor=none;align=center;verticalAlign=middle;rounded=0;" value="use" vertex="1">
          <mxGeometry height="30" width="60" x="660" y="-410" as="geometry" />
        </mxCell>
        <mxCell id="SmUk0WE4a00IHk_lRsVr-1" parent="1" style="text;html=1;whiteSpace=wrap;strokeColor=none;fillColor=none;align=center;verticalAlign=middle;rounded=0;" value="0..*" vertex="1">
          <mxGeometry height="30" width="60" x="480" y="-276" as="geometry" />
        </mxCell>
        <mxCell id="SmUk0WE4a00IHk_lRsVr-2" parent="1" style="text;html=1;whiteSpace=wrap;strokeColor=none;fillColor=none;align=center;verticalAlign=middle;rounded=0;" value="1" vertex="1">
          <mxGeometry height="30" width="60" x="910" y="-396" as="geometry" />
        </mxCell>
        <mxCell id="oMLWTCMjyaFDdx6GEP5y-1" parent="1" style="text;html=1;whiteSpace=wrap;strokeColor=none;fillColor=none;align=center;verticalAlign=middle;rounded=0;" value="1" vertex="1">
          <mxGeometry height="21" width="35" x="370" y="-110" as="geometry" />
        </mxCell>
        <mxCell id="SmUk0WE4a00IHk_lRsVr-3" parent="1" style="text;html=1;whiteSpace=wrap;strokeColor=none;fillColor=none;align=center;verticalAlign=middle;rounded=0;" value="1" vertex="1">
          <mxGeometry height="30" width="60" x="710" y="-300" as="geometry" />
        </mxCell>
        <mxCell id="oMLWTCMjyaFDdx6GEP5y-2" parent="1" style="text;html=1;whiteSpace=wrap;strokeColor=none;fillColor=none;align=center;verticalAlign=middle;rounded=0;" value="1..*" vertex="1">
          <mxGeometry height="30" width="60" x="529" y="-89" as="geometry" />
        </mxCell>
        <mxCell id="SmUk0WE4a00IHk_lRsVr-4" parent="1" style="text;html=1;whiteSpace=wrap;strokeColor=none;fillColor=none;align=center;verticalAlign=middle;rounded=0;" value="1..*" vertex="1">
          <mxGeometry height="30" width="50" x="710" y="-80" as="geometry" />
        </mxCell>
        <mxCell id="oMLWTCMjyaFDdx6GEP5y-3" parent="1" style="text;html=1;whiteSpace=wrap;strokeColor=none;fillColor=none;align=center;verticalAlign=middle;rounded=0;" value="1" vertex="1">
          <mxGeometry height="21" width="35" x="282.5" y="-180" as="geometry" />
        </mxCell>
        <mxCell id="oMLWTCMjyaFDdx6GEP5y-4" parent="1" style="text;html=1;whiteSpace=wrap;strokeColor=none;fillColor=none;align=center;verticalAlign=middle;rounded=0;" value="1..*" vertex="1">
          <mxGeometry height="30" width="60" x="300" y="-73" as="geometry" />
        </mxCell>
+         <mxCell id="G2LW6t1l3yR2lz-vioTT-3" parent="1" style="text;html=1;whiteSpace=wrap;strokeColor=none;fillColor=none;align=center;verticalAlign=middle;rounded=0;" value="Business Logic Layer" vertex="1">
+           <mxGeometry height="30" width="140" x="180" y="-450" as="geometry" />
+         </mxCell>
      </root>
    </mxGraphModel>
  </diagram>
</mxfile>
